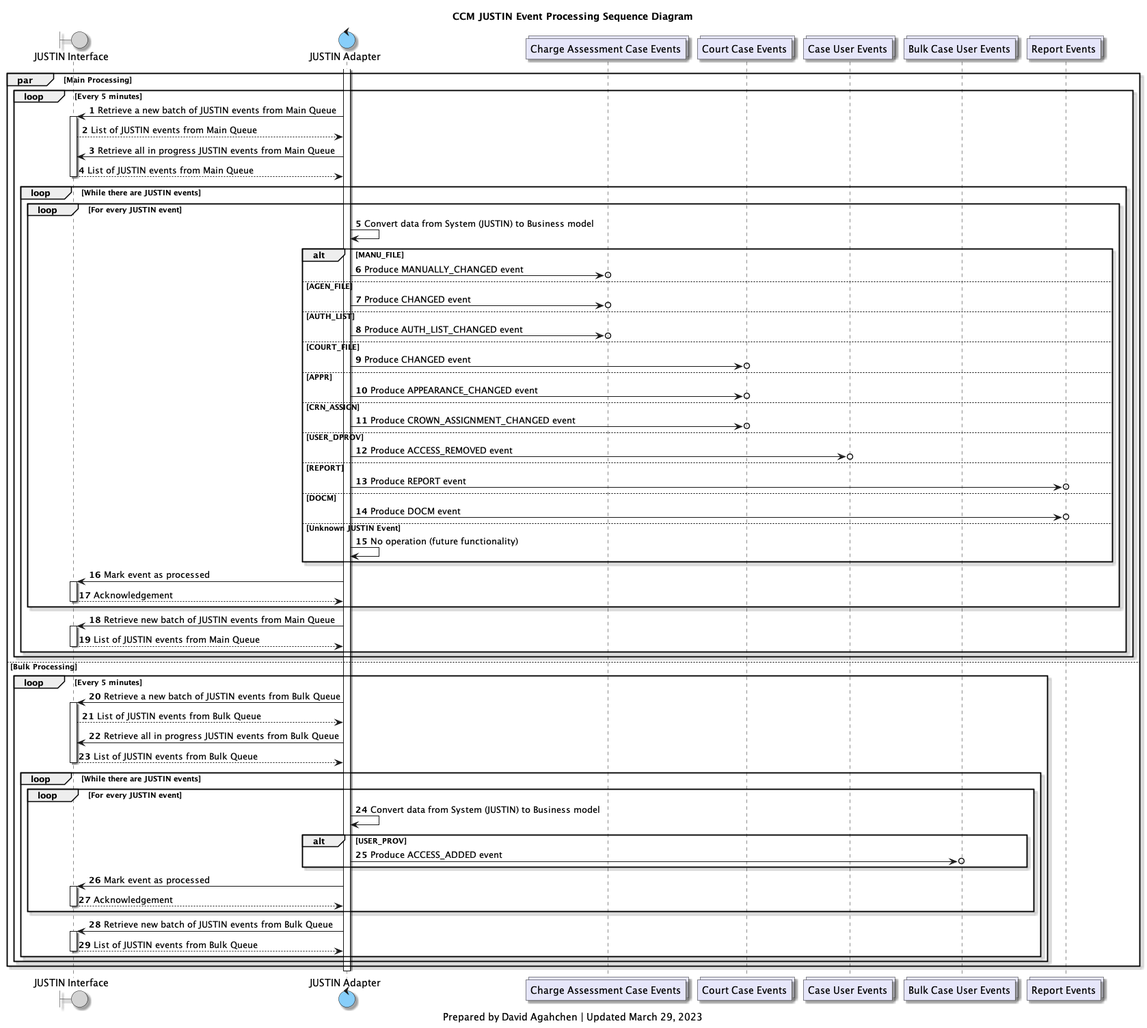
This is diagrams/img/ccm_justin_event_processing_sequence_diagram.png from bcgov/jpss-jade-ccm, a PlantUML export, as it was before one commit. Source of this version:
```plantuml
@startuml

skinparam Shadowing true
skinparam CollectionsBackgroundColor Lavender
skinparam ControlBackgroundColor LightSkyBlue
skinparam BoundaryBackgroundColor LightGrey


boundary j_interface as "JUSTIN Interface"
control j_adapter as "JUSTIN Adapter"
collections charge_assessment_cases_topic as "Charge Assessment Case Events"
collections court_cases_topic as "Court Case Events"
collections case_users_topic as "Case User Events"
collections bulk_case_users_topic as "Bulk Case User Events"
collections reports_topic as "Report Events"

title
CCM JUSTIN Event Processing Sequence Diagram
end title

autonumber

activate j_adapter

par Main Processing

    loop Every 5 minutes
        j_adapter-> j_interface: Retrieve a new batch of JUSTIN events from Main Queue
        activate j_interface
        j_interface --> j_adapter: List of JUSTIN events from Main Queue
        j_adapter-> j_interface: Retrieve all in progress JUSTIN events from Main Queue
        j_interface --> j_adapter: List of JUSTIN events from Main Queue
        deactivate j_interface

        loop While there are JUSTIN events
            loop For every JUSTIN event
                j_adapter -> j_adapter: Convert data from System (JUSTIN) to Business model
                alt MANU_FILE
                    j_adapter ->o charge_assessment_cases_topic: Produce MANUALLY_CHANGED event
                else AGEN_FILE
                    j_adapter ->o charge_assessment_cases_topic: Produce CHANGED event
                else AUTH_LIST
                    j_adapter ->o charge_assessment_cases_topic: Produce AUTH_LIST_CHANGED event
                else COURT_FILE
                    j_adapter ->o court_cases_topic: Produce CHANGED event
                else APPR
                    j_adapter ->o court_cases_topic: Produce APPEARANCE_CHANGED event
                else CRN_ASSIGN
                    j_adapter ->o court_cases_topic: Produce CROWN_ASSIGNMENT_CHANGED event
                else USER_DPROV
                    j_adapter ->o case_users_topic: Produce ACCESS_REMOVED event
                else REPORT
                    j_adapter ->o reports_topic: Produce REPORT event
                else DOCM
                    j_adapter ->o reports_topic: Produce DOCM event
                else Unknown JUSTIN Event
                    j_adapter -> j_adapter: No operation (future functionality)
                end
                j_adapter -> j_interface: Mark event as processed
                activate j_interface
                j_interface --> j_adapter: Acknowledgement
                deactivate j_interface
            end

            j_adapter-> j_interface: Retrieve new batch of JUSTIN events from Main Queue
            activate j_interface
            j_interface --> j_adapter: List of JUSTIN events from Main Queue
            deactivate j_interface
        end
    end

else Bulk Processing

    loop Every 5 minutes
        j_adapter-> j_interface: Retrieve a new batch of JUSTIN events from Bulk Queue
        activate j_interface
        j_interface --> j_adapter: List of JUSTIN events from Bulk Queue
        j_adapter-> j_interface: Retrieve all in progress JUSTIN events from Bulk Queue
        j_interface --> j_adapter: List of JUSTIN events from Bulk Queue
        deactivate j_interface

        loop While there are JUSTIN events
            loop For every JUSTIN event
                j_adapter -> j_adapter: Convert data from System (JUSTIN) to Business model
                alt USER_PROV
                    j_adapter ->o bulk_case_users_topic: Produce ACCESS_ADDED event
                end
                j_adapter -> j_interface: Mark event as processed
                activate j_interface
                j_interface --> j_adapter: Acknowledgement
                deactivate j_interface
            end

            j_adapter-> j_interface: Retrieve new batch of JUSTIN events from Bulk Queue
            activate j_interface
            j_interface --> j_adapter: List of JUSTIN events from Bulk Queue
            deactivate j_interface
        end
    end

end
deactivate j_adapter

caption
Prepared by David Agahchen | Updated March 29, 2023
end caption
@enduml
```
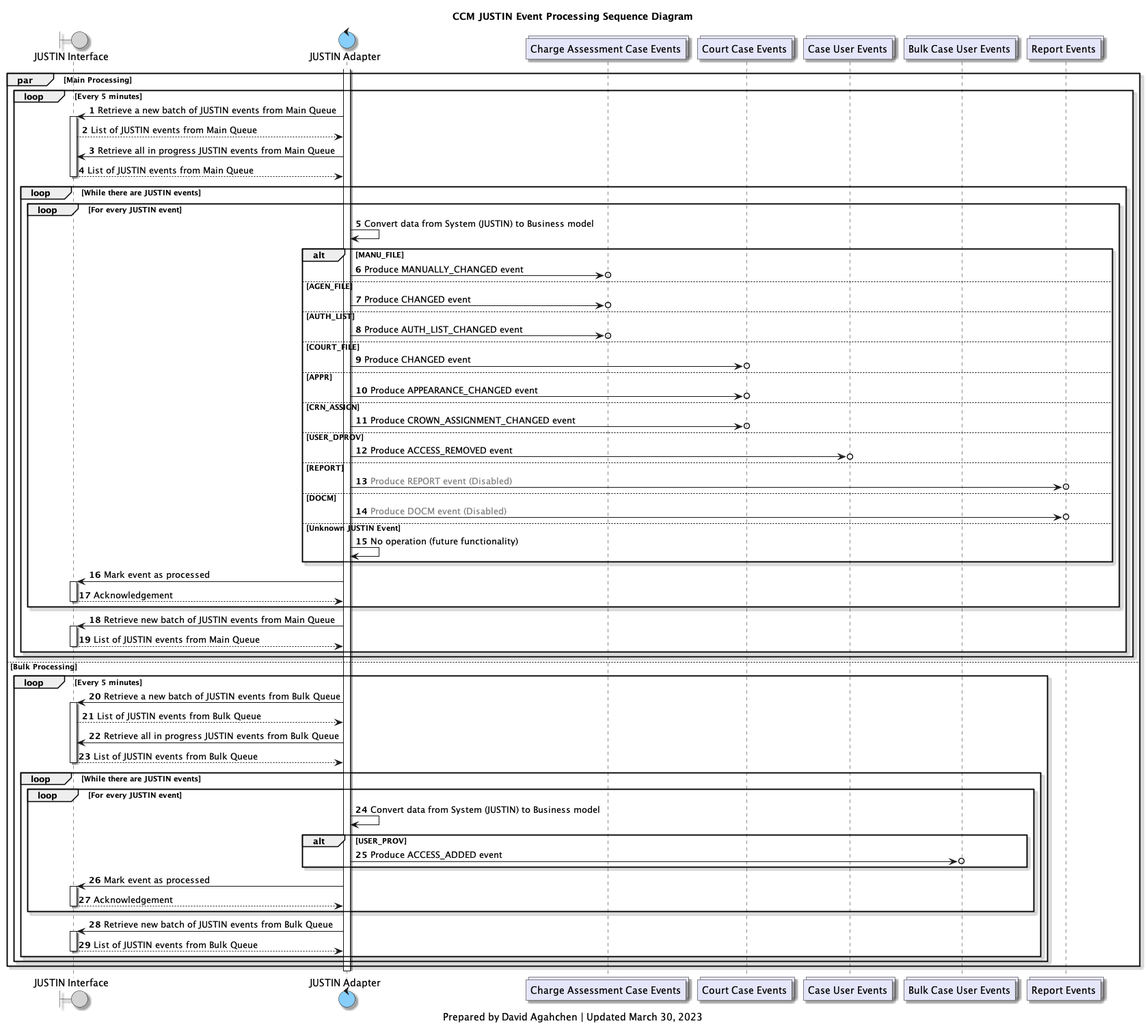
The same file after the commit.

What changed in the source:
```diff
@@ -50,9 +50,9 @@
                 else USER_DPROV
                     j_adapter ->o case_users_topic: Produce ACCESS_REMOVED event
                 else REPORT
-                    j_adapter ->o reports_topic: Produce REPORT event
+                    j_adapter ->o reports_topic: <font color=grey>Produce REPORT event (Disabled)</font>
                 else DOCM
-                    j_adapter ->o reports_topic: Produce DOCM event
+                    j_adapter ->o reports_topic: <font color=grey>Produce DOCM event (Disabled)</font>
                 else Unknown JUSTIN Event
                     j_adapter -> j_adapter: No operation (future functionality)
                 end
@@ -102,6 +102,6 @@
 deactivate j_adapter
 
 caption
-Prepared by David Agahchen | Updated March 29, 2023
+Prepared by David Agahchen | Updated March 30, 2023
 end caption
 @enduml
```
